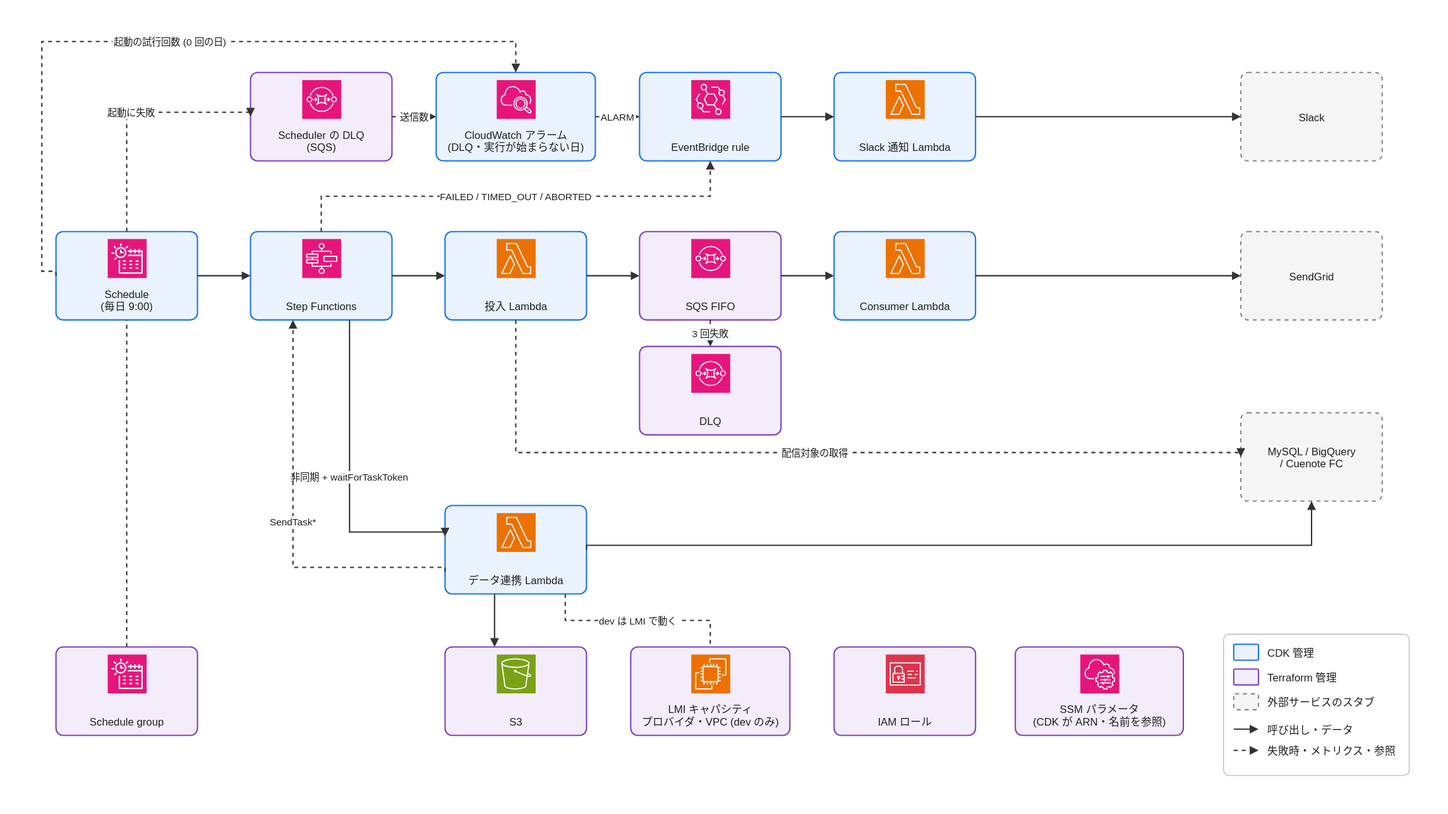
kojikawazu/serverless-practice-app keeps this draw.io diagram as docs/images/architecture.drawio.svg. Above is the earlier version. Source tidied: cells renumbered, new cells last; positions are measured from the earlier drawing's top-left corner, leaving out a move shared by most shapes.
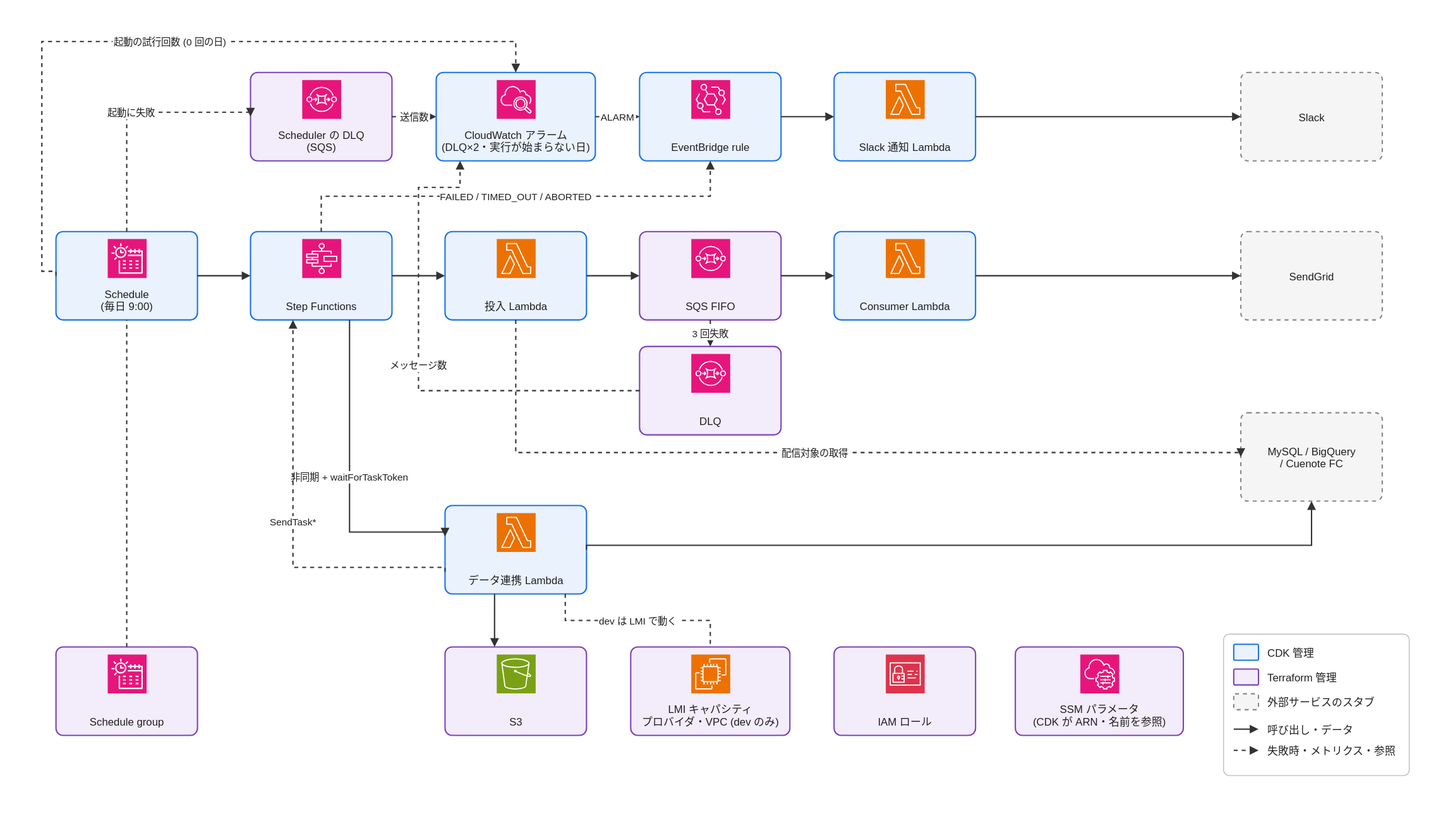
The same file after the commit.

Change to the diagram source:
```diff
@@ -11,7 +11,7 @@
     <mxCell id="4" style="sketch=0;fontColor=#232F3E;gradientColor=none;strokeColor=#ffffff;fillColor=#E7157B;dashed=0;html=0;shape=mxgraph.aws4.resourceIcon;resIcon=mxgraph.aws4.sqs;" parent="1" vertex="1">
       <mxGeometry x="341" y="90" width="44" height="44" as="geometry" />
     </mxCell>
-    <mxCell id="5" value="CloudWatch アラーム&#10;(DLQ・実行が始まらない日)" style="rounded=1;arcSize=8;html=0;fillColor=#EAF2FD;strokeColor=#1A73E8;strokeWidth=1.5;fontSize=12;fontColor=#1F1F1F;verticalAlign=bottom;spacingBottom=6;" parent="1" vertex="1">
+    <mxCell id="5" value="CloudWatch アラーム&#10;(DLQ×2・実行が始まらない日)" style="rounded=1;arcSize=8;html=0;fillColor=#EAF2FD;strokeColor=#1A73E8;strokeWidth=1.5;fontSize=12;fontColor=#1F1F1F;verticalAlign=bottom;spacingBottom=6;" parent="1" vertex="1">
       <mxGeometry x="493" y="82" width="180" height="100" as="geometry" />
     </mxCell>
     <mxCell id="6" style="sketch=0;fontColor=#232F3E;gradientColor=none;strokeColor=#ffffff;fillColor=#E7157B;dashed=0;html=0;shape=mxgraph.aws4.resourceIcon;resIcon=mxgraph.aws4.cloudwatch_2;" parent="1" vertex="1">
@@ -180,6 +180,15 @@
     <mxCell id="52" value="送信数" style="edgeStyle=orthogonalEdgeStyle;rounded=0;html=0;endArrow=block;endFill=1;strokeColor=#333333;strokeWidth=1.5;fontSize=11;fontColor=#1F1F1F;labelBackgroundColor=#FFFFFF;dashed=1;" parent="1" edge="1" source="3" target="5">
       <mxGeometry relative="1" as="geometry" />
     </mxCell>
+    <mxCell id="69" value="メッセージ数" style="edgeStyle=orthogonalEdgeStyle;rounded=0;html=0;endArrow=block;endFill=1;strokeColor=#333333;strokeWidth=1.5;fontSize=11;fontColor=#1F1F1F;labelBackgroundColor=#FFFFFF;dashed=1;exitX=0;exitY=0.5;entryX=0.15;entryY=1;" parent="1" edge="1" source="21" target="5">
+      <mxGeometry relative="1" as="geometry">
+        <Array as="points">
+          <mxPoint x="473" y="442" />
+          <mxPoint x="473" y="212" />
+          <mxPoint x="520" y="212" />
+        </Array>
+      </mxGeometry>
+    </mxCell>
     <mxCell id="53" value="起動の試行回数 (0 回の日)" style="edgeStyle=orthogonalEdgeStyle;rounded=0;html=0;endArrow=block;endFill=1;strokeColor=#333333;strokeWidth=1.5;fontSize=11;fontColor=#1F1F1F;labelBackgroundColor=#FFFFFF;dashed=1;exitX=0;exitY=0.5;entryX=0.5;entryY=0;" parent="1" edge="1" source="11" target="5">
       <mxGeometry relative="1" as="geometry">
         <Array as="points">
```
